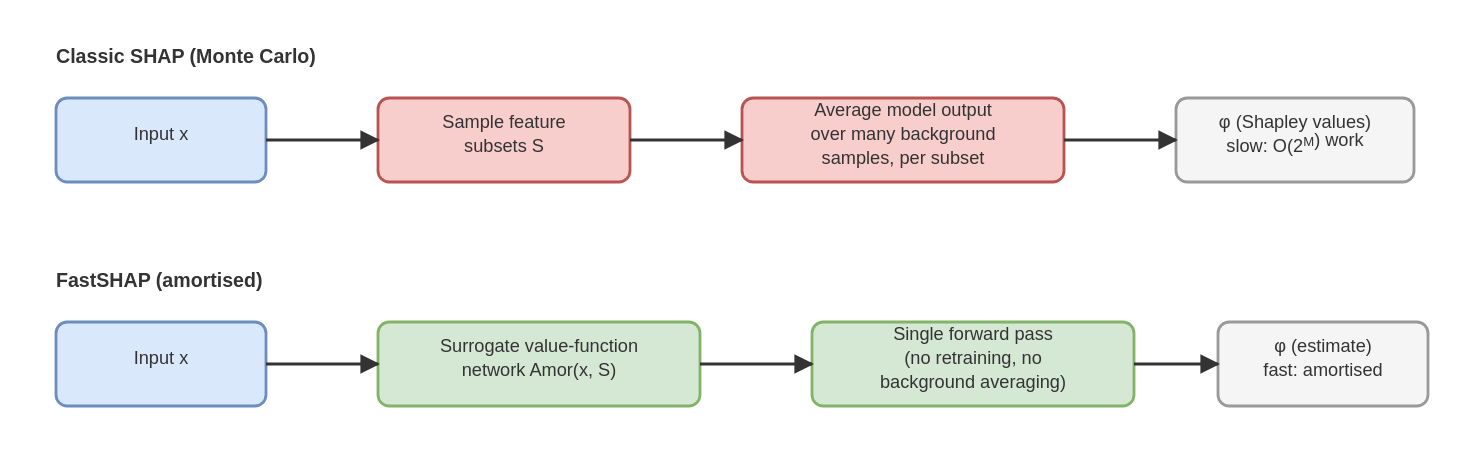
This is posts/explaining-black-box-predictions/diagrams/classic-vs-fastshap.drawio.svg from DMLF1/blog, a draw.io export, as it was before one commit. Source tidied: cells renumbered, new cells last; positions are measured from the earlier drawing's top-left corner, leaving out a move shared by most shapes.
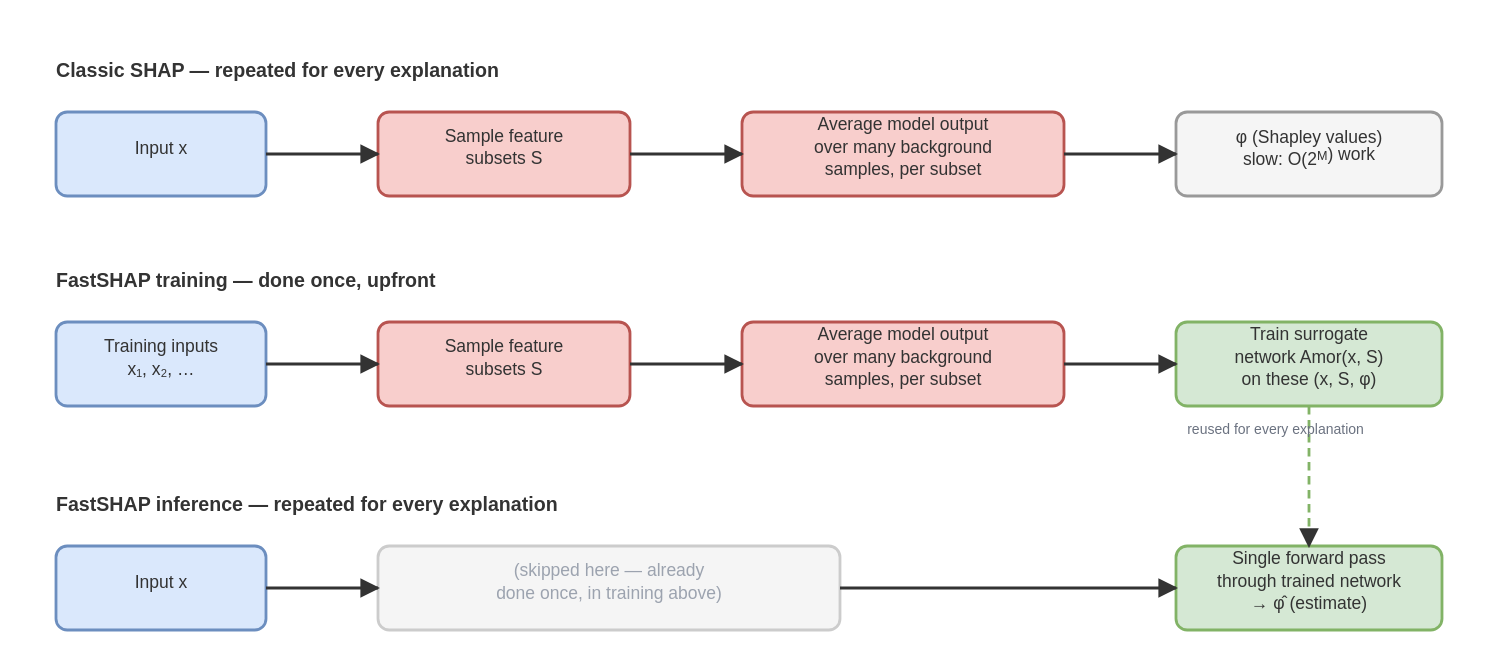
The same diagram one commit later.

Commit message:
Redesign the FastSHAP diagram to show the full cycle, training included

What changed in the source:
```diff
@@ -2,53 +2,77 @@
   <root>
     <mxCell id="0" />
     <mxCell id="1" parent="0" />
-    <mxCell id="2" value="Classic SHAP (Monte Carlo)" style="text;html=1;align=left;verticalAlign=middle;fontSize=14;fontStyle=1;fontColor=#333333;" parent="1" vertex="1">
-      <mxGeometry width="300" height="20" as="geometry" />
-    </mxCell>
+    <mxCell id="18" value="Classic SHAP  —  repeated for every explanation" style="text;html=1;align=left;verticalAlign=middle;fontSize=14;fontStyle=1;fontColor=#333333;" parent="1" vertex="1">
+      <mxGeometry y="10" width="340" height="20" as="geometry" />
+    </mxCell>
-    <mxCell id="3" value="Input x" style="rounded=1;whiteSpace=wrap;html=1;fillColor=#dae8fc;strokeColor=#6c8ebf;" parent="1" vertex="1">
-      <mxGeometry y="43" width="150" height="60" as="geometry" />
+    <mxCell id="3" value="Input x" style="rounded=1;whiteSpace=wrap;html=1;fillColor=#dae8fc;strokeColor=#6c8ebf;fontColor=#333333;" parent="1" vertex="1">
+      <mxGeometry y="53" width="150" height="60" as="geometry" />
     </mxCell>
-    <mxCell id="4" value="Sample feature&amp;#10;subsets S" style="rounded=1;whiteSpace=wrap;html=1;fillColor=#f8cecc;strokeColor=#b85450;" parent="1" vertex="1">
-      <mxGeometry x="230" y="43" width="180" height="60" as="geometry" />
+    <mxCell id="4" value="Sample feature&amp;#10;subsets S" style="rounded=1;whiteSpace=wrap;html=1;fillColor=#f8cecc;strokeColor=#b85450;fontColor=#333333;" parent="1" vertex="1">
+      <mxGeometry x="230" y="53" width="180" height="60" as="geometry" />
     </mxCell>
-    <mxCell id="5" value="Average model output&amp;#10;over many background&amp;#10;samples, per subset" style="rounded=1;whiteSpace=wrap;html=1;fillColor=#f8cecc;strokeColor=#b85450;" parent="1" vertex="1">
-      <mxGeometry x="490" y="43" width="230" height="60" as="geometry" />
+    <mxCell id="5" value="Average model output&amp;#10;over many background&amp;#10;samples, per subset" style="rounded=1;whiteSpace=wrap;html=1;fillColor=#f8cecc;strokeColor=#b85450;fontColor=#333333;" parent="1" vertex="1">
+      <mxGeometry x="490" y="53" width="230" height="60" as="geometry" />
     </mxCell>
     <mxCell id="6" value="φ (Shapley values)&#10;slow: O(2M) work" style="rounded=1;whiteSpace=wrap;html=1;fillColor=#f5f5f5;strokeColor=#999999;" parent="1" vertex="1">
-      <mxGeometry x="800" y="43" width="170" height="60" as="geometry" />
+      <mxGeometry x="800" y="53" width="190" height="60" as="geometry" />
     </mxCell>
-    <mxCell id="7" value="FastSHAP (amortised)" style="text;html=1;align=left;verticalAlign=middle;fontSize=14;fontStyle=1;fontColor=#333333;" parent="1" vertex="1">
-      <mxGeometry y="160" width="300" height="20" as="geometry" />
-    </mxCell>
+    <mxCell id="12" style="edgeStyle=orthogonalEdgeStyle;rounded=0;html=1;endArrow=block;strokeColor=#333333;" parent="1" edge="1" source="3" target="4">
+      <mxGeometry relative="1" as="geometry" />
+    </mxCell>
+    <mxCell id="13" style="edgeStyle=orthogonalEdgeStyle;rounded=0;html=1;endArrow=block;strokeColor=#333333;" parent="1" edge="1" source="4" target="5">
+      <mxGeometry relative="1" as="geometry" />
+    </mxCell>
+    <mxCell id="14" style="edgeStyle=orthogonalEdgeStyle;rounded=0;html=1;endArrow=block;strokeColor=#333333;" parent="1" edge="1" source="5" target="6">
+      <mxGeometry relative="1" as="geometry" />
+    </mxCell>
+    <mxCell id="19" value="FastSHAP training  —  done once, upfront" style="text;html=1;align=left;verticalAlign=middle;fontSize=14;fontStyle=1;fontColor=#333333;" parent="1" vertex="1">
+      <mxGeometry y="160" width="340" height="20" as="geometry" />
+    </mxCell>
-    <mxCell id="8" value="Input x" style="rounded=1;whiteSpace=wrap;html=1;fillColor=#dae8fc;strokeColor=#6c8ebf;" parent="1" vertex="1">
+    <mxCell id="8" value="Training inputs&amp;#10;x₁, x₂, …" style="rounded=1;whiteSpace=wrap;html=1;fillColor=#dae8fc;strokeColor=#6c8ebf;fontColor=#333333;" parent="1" vertex="1">
       <mxGeometry y="203" width="150" height="60" as="geometry" />
     </mxCell>
-    <mxCell id="9" value="Surrogate value-function&amp;#10;network Amor(x, S)" style="rounded=1;whiteSpace=wrap;html=1;fillColor=#d5e8d4;strokeColor=#82b366;" parent="1" vertex="1">
-      <mxGeometry x="230" y="203" width="230" height="60" as="geometry" />
+    <mxCell id="9" value="Sample feature&amp;#10;subsets S" style="rounded=1;whiteSpace=wrap;html=1;fillColor=#f8cecc;strokeColor=#b85450;fontColor=#333333;" parent="1" vertex="1">
+      <mxGeometry x="230" y="203" width="180" height="60" as="geometry" />
     </mxCell>
-    <mxCell id="10" value="Single forward pass&amp;#10;(no retraining, no&amp;#10;background averaging)" style="rounded=1;whiteSpace=wrap;html=1;fillColor=#d5e8d4;strokeColor=#82b366;" parent="1" vertex="1">
-      <mxGeometry x="540" y="203" width="230" height="60" as="geometry" />
+    <mxCell id="10" value="Average model output&amp;#10;over many background&amp;#10;samples, per subset" style="rounded=1;whiteSpace=wrap;html=1;fillColor=#f8cecc;strokeColor=#b85450;fontColor=#333333;" parent="1" vertex="1">
+      <mxGeometry x="490" y="203" width="230" height="60" as="geometry" />
     </mxCell>
-    <mxCell id="11" value="φ (estimate)&#10;fast: amortised" style="rounded=1;whiteSpace=wrap;html=1;fillColor=#f5f5f5;strokeColor=#999999;" parent="1" vertex="1">
-      <mxGeometry x="830" y="203" width="150" height="60" as="geometry" />
+    <mxCell id="11" value="Train surrogate&amp;#10;network Amor(x, S)&amp;#10;on these (x, S, φ)" style="rounded=1;whiteSpace=wrap;html=1;fillColor=#d5e8d4;strokeColor=#82b366;fontColor=#333333;" parent="1" vertex="1">
+      <mxGeometry x="800" y="203" width="190" height="60" as="geometry" />
     </mxCell>
-    <mxCell id="12" style="edgeStyle=orthogonalEdgeStyle;rounded=0;html=1;endArrow=block;" parent="1" edge="1" source="3" target="4">
-      <mxGeometry relative="1" as="geometry" />
-    </mxCell>
-    <mxCell id="13" style="edgeStyle=orthogonalEdgeStyle;rounded=0;html=1;endArrow=block;" parent="1" edge="1" source="4" target="5">
-      <mxGeometry relative="1" as="geometry" />
-    </mxCell>
-    <mxCell id="14" style="edgeStyle=orthogonalEdgeStyle;rounded=0;html=1;endArrow=block;" parent="1" edge="1" source="5" target="6">
-      <mxGeometry relative="1" as="geometry" />
-    </mxCell>
-    <mxCell id="15" style="edgeStyle=orthogonalEdgeStyle;rounded=0;html=1;endArrow=block;" parent="1" edge="1" source="8" target="9">
+    <mxCell id="15" style="edgeStyle=orthogonalEdgeStyle;rounded=0;html=1;endArrow=block;strokeColor=#333333;" parent="1" edge="1" source="8" target="9">
       <mxGeometry relative="1" as="geometry" />
     </mxCell>
-    <mxCell id="16" style="edgeStyle=orthogonalEdgeStyle;rounded=0;html=1;endArrow=block;" parent="1" edge="1" source="9" target="10">
+    <mxCell id="16" style="edgeStyle=orthogonalEdgeStyle;rounded=0;html=1;endArrow=block;strokeColor=#333333;" parent="1" edge="1" source="9" target="10">
       <mxGeometry relative="1" as="geometry" />
     </mxCell>
-    <mxCell id="17" style="edgeStyle=orthogonalEdgeStyle;rounded=0;html=1;endArrow=block;" parent="1" edge="1" source="10" target="11">
+    <mxCell id="17" style="edgeStyle=orthogonalEdgeStyle;rounded=0;html=1;endArrow=block;strokeColor=#333333;" parent="1" edge="1" source="10" target="11">
       <mxGeometry relative="1" as="geometry" />
     </mxCell>
+    <mxCell id="20" value="FastSHAP inference  —  repeated for every explanation" style="text;html=1;align=left;verticalAlign=middle;fontSize=14;fontStyle=1;fontColor=#333333;" parent="1" vertex="1">
+      <mxGeometry y="320" width="340" height="20" as="geometry" />
+    </mxCell>
+    <mxCell id="21" value="Input x" style="rounded=1;whiteSpace=wrap;html=1;fillColor=#dae8fc;strokeColor=#6c8ebf;fontColor=#333333;" parent="1" vertex="1">
+      <mxGeometry y="363" width="150" height="60" as="geometry" />
+    </mxCell>
+    <mxCell id="22" value="(skipped here — already&amp;#10;done once, in training above)" style="rounded=1;whiteSpace=wrap;html=1;fillColor=#f5f5f5;strokeColor=#cccccc;fontColor=#9CA3AF;" parent="1" vertex="1">
+      <mxGeometry x="230" y="363" width="330" height="60" as="geometry" />
+    </mxCell>
+    <mxCell id="23" value="Single forward pass&amp;#10;through trained network&amp;#10;→ φ̂ (estimate)" style="rounded=1;whiteSpace=wrap;html=1;fillColor=#d5e8d4;strokeColor=#82b366;fontColor=#333333;" parent="1" vertex="1">
+      <mxGeometry x="800" y="363" width="190" height="60" as="geometry" />
+    </mxCell>
+    <mxCell id="24" style="edgeStyle=orthogonalEdgeStyle;rounded=0;html=1;endArrow=block;strokeColor=#333333;" parent="1" edge="1" source="21" target="22">
+      <mxGeometry relative="1" as="geometry" />
+    </mxCell>
+    <mxCell id="25" style="edgeStyle=orthogonalEdgeStyle;rounded=0;html=1;endArrow=block;strokeColor=#333333;" parent="1" edge="1" source="22" target="23">
+      <mxGeometry relative="1" as="geometry" />
+    </mxCell>
+    <mxCell id="26" style="edgeStyle=orthogonalEdgeStyle;rounded=0;html=1;endArrow=block;strokeColor=#82b366;dashed=1;" parent="1" edge="1" source="11" target="23">
+      <mxGeometry relative="1" as="geometry" />
+    </mxCell>
+    <mxCell id="27" value="reused for every explanation" style="text;html=1;align=left;verticalAlign=middle;fontSize=10;fontStyle=1;fontColor=#6B7280;" parent="1" vertex="1">
+      <mxGeometry x="808" y="265" width="340" height="20" as="geometry" />
+    </mxCell>
   </root>
 </mxGraphModel>
```
